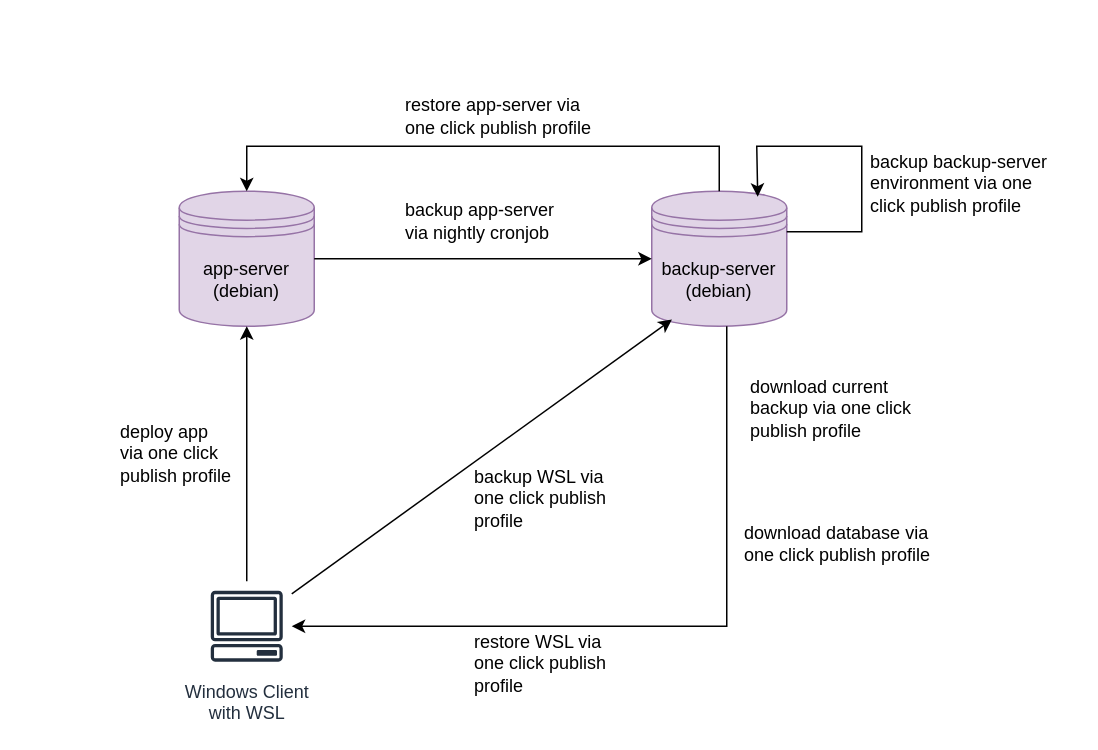
Earlier version of the draw.io diagram page "server-setup" (5 of 5) of _images/architecture.drawio (gartenkralle/geolocation-services-doc). Source tidied: cells renumbered, new cells numbered last; positions are measured from the earlier drawing's top-left corner, leaving out a move shared by most shapes. Both pictures are drawn from the tidied source at 150%, with x=0, y=0 at pixel (111, 86).
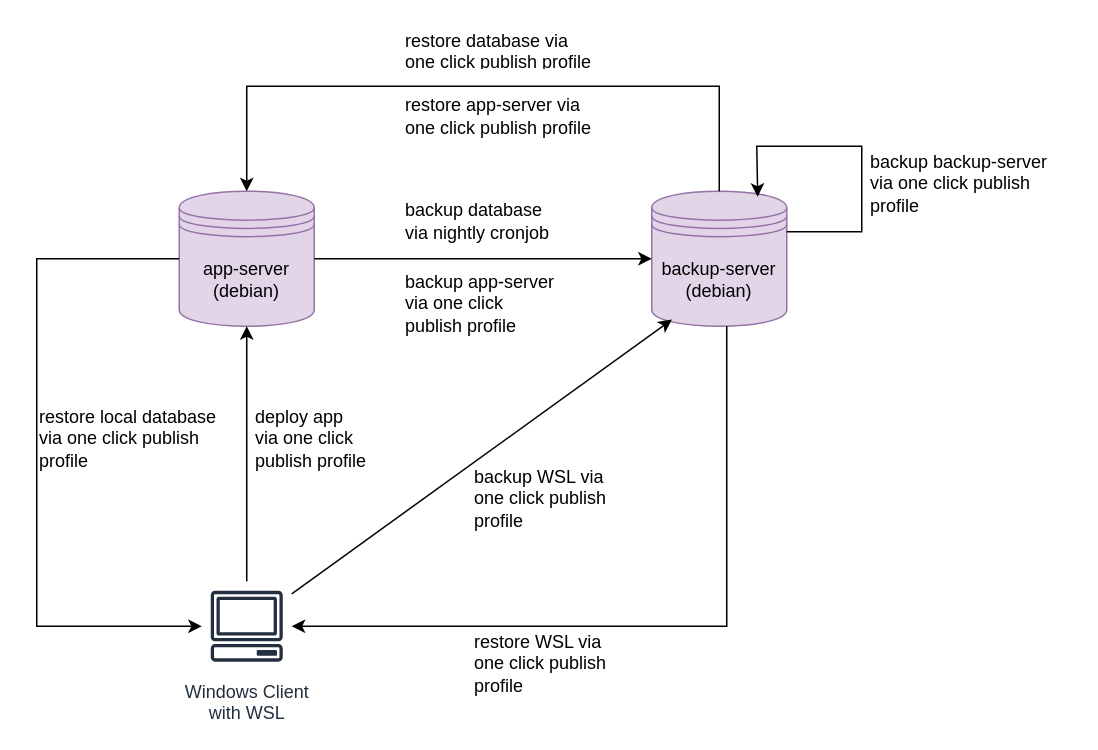
Above is the later version.

Unchanged cells that the change refers to:
```xml
<mxCell id="2" value="app-server (debian)" style="shape=datastore;whiteSpace=wrap;html=1;fillColor=#e1d5e7;strokeColor=#9673a6;" parent="1" vertex="1">
  <mxGeometry x="45" y="70" width="90" height="90" as="geometry" />
</mxCell>
<mxCell id="3" value="backup-server (debian)" style="shape=datastore;whiteSpace=wrap;html=1;labelBackgroundColor=none;fillColor=#e1d5e7;strokeColor=#9673a6;" parent="1" vertex="1">
  <mxGeometry x="360" y="70" width="90" height="90" as="geometry" />
</mxCell>
<mxCell id="4" value="Windows Client&lt;div&gt;with&lt;span style=&quot;background-color: initial;&quot;&gt;&amp;nbsp;WSL&lt;/span&gt;&lt;/div&gt;" style="sketch=0;outlineConnect=0;fontColor=#232F3E;gradientColor=none;strokeColor=#232F3E;fillColor=#ffffff;dashed=0;verticalLabelPosition=bottom;verticalAlign=top;align=center;html=1;fontSize=12;fontStyle=0;shape=mxgraph.aws4.resourceIcon;resIcon=mxgraph.aws4.client;" parent="1" vertex="1">
  <mxGeometry x="60" y="330" width="60" height="60" as="geometry" />
</mxCell>
```

What changed in the source:
```diff
@@
     <mxCell id="9" value="deploy app&lt;br&gt;via one click publish profile" style="text;strokeColor=none;fillColor=none;align=left;verticalAlign=middle;spacingLeft=4;spacingRight=4;overflow=hidden;whiteSpace=wrap;html=1;" parent="1" vertex="1">
-      <mxGeometry y="210" width="90" height="70" as="geometry" />
+      <mxGeometry x="90" y="200" width="90" height="70" as="geometry" />
     </mxCell>
-    <mxCell id="10" value="backup app-server via nightly cronjob" style="text;strokeColor=none;fillColor=none;align=left;verticalAlign=middle;spacingLeft=4;spacingRight=4;overflow=hidden;whiteSpace=wrap;html=1;" parent="1" vertex="1">
+    <mxCell id="10" value="backup database via nightly cronjob" style="text;strokeColor=none;fillColor=none;align=left;verticalAlign=middle;spacingLeft=4;spacingRight=4;overflow=hidden;whiteSpace=wrap;html=1;" parent="1" vertex="1">
       <mxGeometry x="190" y="70" width="110" height="40" as="geometry" />
     </mxCell>
@@
-    <mxCell id="13" value="download database via one click publish profile" style="text;html=1;align=left;verticalAlign=middle;whiteSpace=wrap;rounded=0;" parent="1" vertex="1">
-      <mxGeometry x="420" y="290" width="130" height="30" as="geometry" />
+    <mxCell id="13" value="restore local database via one click publish profile" style="text;html=1;align=left;verticalAlign=middle;whiteSpace=wrap;rounded=0;" parent="1" vertex="1">
+      <mxGeometry x="-50" y="220" width="130" height="30" as="geometry" />
     </mxCell>
     <mxCell id="14" style="endArrow=classic;html=1;rounded=0;entryX=0.5;entryY=0;entryDx=0;entryDy=0;exitX=0.5;exitY=0;exitDx=0;exitDy=0;" parent="1" edge="1" source="3" target="2">
       <mxGeometry relative="1" as="geometry">
         <Array as="points">
-          <mxPoint x="405" y="40" />
-          <mxPoint x="240" y="40" />
-          <mxPoint x="90" y="40" />
+          <mxPoint x="405" />
+          <mxPoint x="90" />
         </Array>
       </mxGeometry>
     </mxCell>
@@
-    <mxCell id="17" value="download current backup via one click publish profile" style="text;strokeColor=none;fillColor=none;align=left;verticalAlign=middle;spacingLeft=4;spacingRight=4;overflow=hidden;whiteSpace=wrap;html=1;" parent="1" vertex="1">
-      <mxGeometry x="420" y="190" width="120" height="50" as="geometry" />
-    </mxCell>
-    <mxCell id="18" value="backup backup-server environment via one click publish profile" style="text;strokeColor=none;fillColor=none;align=left;verticalAlign=middle;spacingLeft=4;spacingRight=4;overflow=hidden;whiteSpace=wrap;html=1;" parent="1" vertex="1">
+    <mxCell id="18" value="backup backup-server&amp;nbsp;&lt;div&gt;&lt;span style=&quot;background-color: initial;&quot;&gt;via one click publish profile&lt;/span&gt;&lt;/div&gt;" style="text;strokeColor=none;fillColor=none;align=left;verticalAlign=middle;spacingLeft=4;spacingRight=4;overflow=hidden;whiteSpace=wrap;html=1;" parent="1" vertex="1">
       <mxGeometry x="500" y="40" width="140" height="50" as="geometry" />
     </mxCell>
+    <mxCell id="19" style="endArrow=classic;html=1;rounded=0;exitX=0;exitY=0.5;exitDx=0;exitDy=0;" parent="1" edge="1" source="2" target="4">
+      <mxGeometry relative="1" as="geometry">
+        <Array as="points">
+          <mxPoint x="-50" y="115" />
+          <mxPoint x="-50" y="360" />
+        </Array>
+      </mxGeometry>
+    </mxCell>
+    <mxCell id="20" value="backup app-server via one click publish profile" style="text;strokeColor=none;fillColor=none;align=left;verticalAlign=middle;spacingLeft=4;spacingRight=4;overflow=hidden;whiteSpace=wrap;html=1;" parent="1" vertex="1">
+      <mxGeometry x="190" y="120" width="110" height="50" as="geometry" />
+    </mxCell>
+    <mxCell id="21" value="restore database via one click publish profile" style="text;strokeColor=none;fillColor=none;align=left;verticalAlign=middle;spacingLeft=4;spacingRight=4;overflow=hidden;whiteSpace=wrap;html=1;" parent="1" vertex="1">
+      <mxGeometry x="190" y="-40" width="140" height="30" as="geometry" />
+    </mxCell>
```
